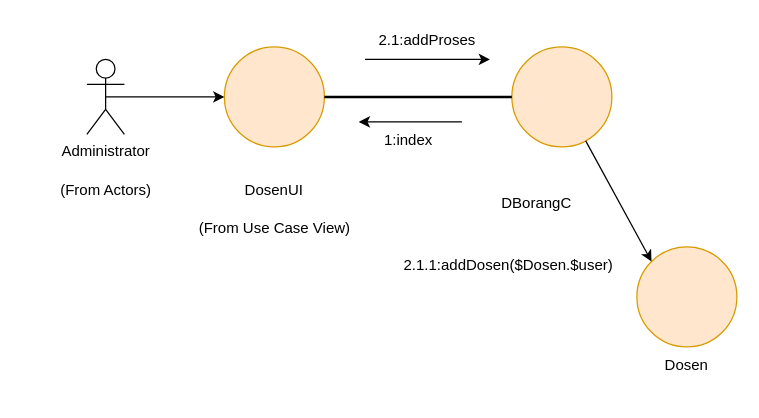
mahesri/uml_ads_sms3 keeps this draw.io diagram as Pert 10/Diagram Praktik 2 10.drawio. Above is the earlier version. Source tidied: cells renumbered, new cells numbered last; positions are measured from the earlier drawing's top-left corner, leaving out a move shared by most shapes. Both pictures are drawn from the tidied source at 125%, with x=0, y=0 at pixel (21, 21).
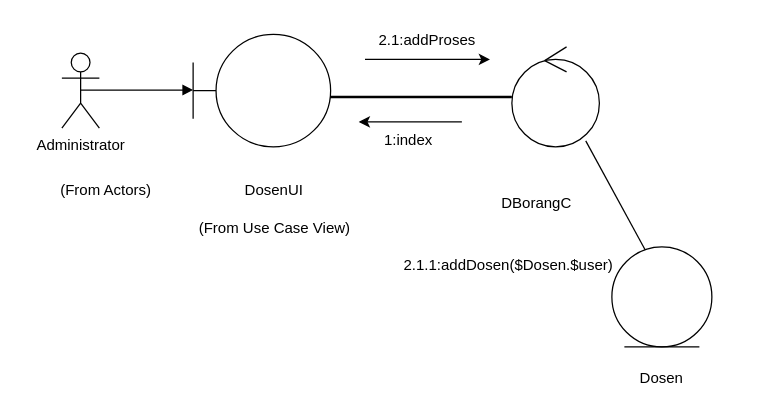
After the change.

The edit, as a diff of the source:
```diff
@@
     <mxCell id="2" value="Administrator" style="shape=umlActor;verticalLabelPosition=bottom;verticalAlign=top;html=1;outlineConnect=0;" parent="1" vertex="1">
-      <mxGeometry x="52" y="30" width="30" height="60" as="geometry" />
+      <mxGeometry x="32" y="25" width="30" height="60" as="geometry" />
     </mxCell>
-    <mxCell id="3" style="ellipse;whiteSpace=wrap;html=1;fillColor=#ffe6cc;strokeColor=#d79b00;" parent="1" vertex="1">
-      <mxGeometry x="162" y="20" width="80" height="80" as="geometry" />
-    </mxCell>
-    <mxCell id="4" style="endArrow=classic;html=1;rounded=0;entryX=0;entryY=0.5;entryDx=0;entryDy=0;exitX=0.5;exitY=0.5;exitDx=0;exitDy=0;exitPerimeter=0;" parent="1" edge="1" source="2" target="3">
-      <mxGeometry relative="1" as="geometry" />
-    </mxCell>
-    <mxCell id="5" style="ellipse;whiteSpace=wrap;html=1;fillColor=#ffe6cc;strokeColor=#d79b00;" parent="1" vertex="1">
-      <mxGeometry x="392" y="20" width="80" height="80" as="geometry" />
-    </mxCell>
-    <mxCell id="6" style="ellipse;whiteSpace=wrap;html=1;fillColor=#ffe6cc;strokeColor=#d79b00;" parent="1" vertex="1">
-      <mxGeometry x="492" y="180" width="80" height="80" as="geometry" />
-    </mxCell>
-    <mxCell id="7" style="endArrow=none;html=1;strokeWidth=2;rounded=0;exitX=0;exitY=0.5;exitDx=0;exitDy=0;entryX=1;entryY=0.5;entryDx=0;entryDy=0;" parent="1" edge="1" source="5" target="3">
-      <mxGeometry relative="1" as="geometry" />
+    <mxCell id="7" style="endArrow=none;html=1;strokeWidth=2;rounded=0;exitX=0;exitY=0.5;exitDx=0;exitDy=0;entryX=1;entryY=0.5;entryDx=0;entryDy=0;" parent="1" edge="1">
+      <mxGeometry relative="1" as="geometry">
+        <mxPoint x="392" y="60" as="sourcePoint" />
+        <mxPoint x="242" y="60" as="targetPoint" />
+      </mxGeometry>
     </mxCell>
@@
-    <mxCell id="9" style="endArrow=classic;html=1;rounded=0;entryX=0;entryY=0;entryDx=0;entryDy=0;" parent="1" edge="1" source="5" target="6">
-      <mxGeometry relative="1" as="geometry" />
+    <mxCell id="9" style="endArrow=classic;html=1;rounded=0;entryX=0;entryY=0;entryDx=0;entryDy=0;" parent="1" edge="1">
+      <mxGeometry relative="1" as="geometry">
+        <mxPoint x="451.1" y="95.2" as="sourcePoint" />
+        <mxPoint x="503.7" y="191.7" as="targetPoint" />
+      </mxGeometry>
     </mxCell>
@@
     <mxCell id="12" value="Dosen" style="text;html=1;strokeColor=none;fillColor=none;align=center;verticalAlign=middle;whiteSpace=wrap;rounded=0;" parent="1" vertex="1">
-      <mxGeometry x="502" y="260" width="60" height="30" as="geometry" />
+      <mxGeometry x="482" y="270" width="60" height="30" as="geometry" />
     </mxCell>
@@
+    <mxCell id="19" style="ellipse;shape=umlControl;whiteSpace=wrap;html=1;" parent="1" vertex="1">
+      <mxGeometry x="392" y="20" width="70" height="80" as="geometry" />
+    </mxCell>
+    <mxCell id="20" style="ellipse;shape=umlEntity;whiteSpace=wrap;html=1;" parent="1" vertex="1">
+      <mxGeometry x="472" y="180" width="80" height="80" as="geometry" />
+    </mxCell>
+    <mxCell id="21" style="shape=umlBoundary;whiteSpace=wrap;html=1;" parent="1" vertex="1">
+      <mxGeometry x="137" y="10" width="110" height="90" as="geometry" />
+    </mxCell>
+    <mxCell id="22" style="endArrow=block;endFill=1;html=1;edgeStyle=orthogonalEdgeStyle;align=left;verticalAlign=top;rounded=0;exitX=0.5;exitY=0.5;exitDx=0;exitDy=0;exitPerimeter=0;" parent="1" edge="1" source="2">
+      <mxGeometry x="-1" relative="1" as="geometry">
+        <mxPoint x="137" y="54.5" as="targetPoint" />
+        <Array as="points">
+          <mxPoint x="137" y="55" />
+        </Array>
+      </mxGeometry>
+    </mxCell>
```
